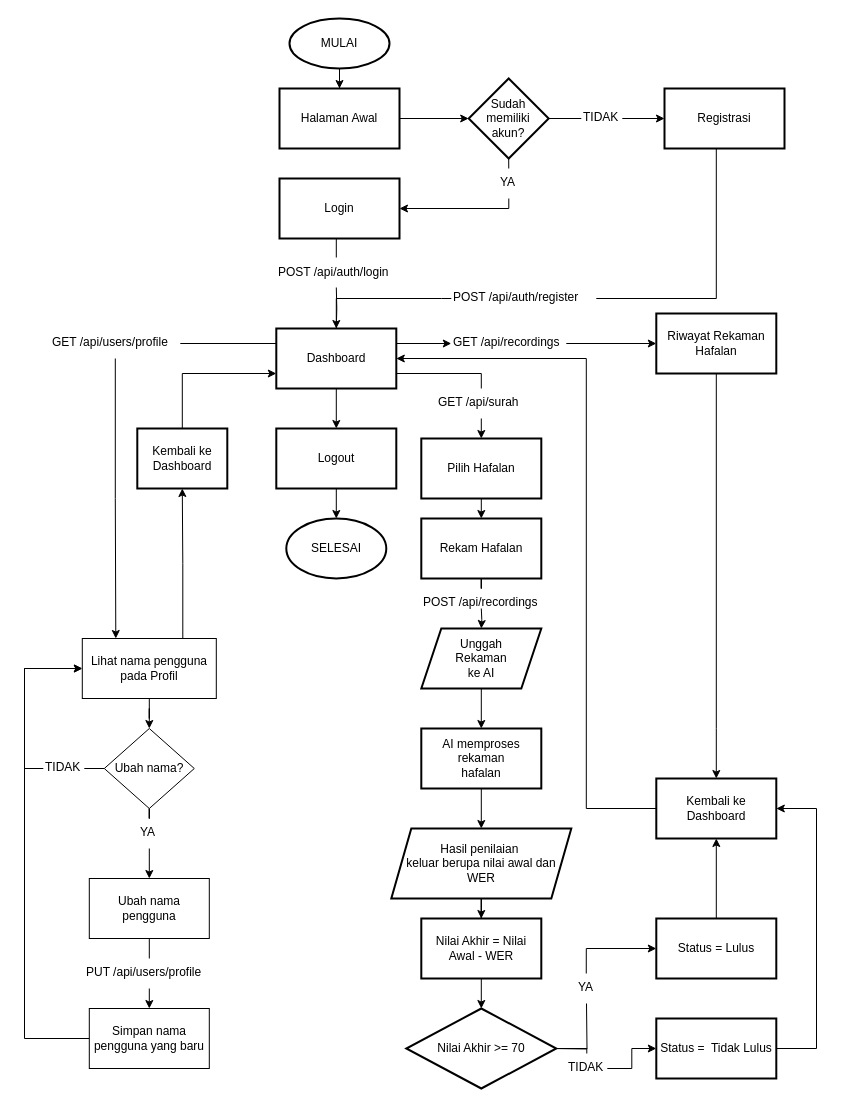
Above: diagrams/Flowchart.drawio in MarcMan710/smart-web-btq (draw.io), before the change. Source tidied: cells renumbered, new cells numbered last; positions are measured from the earlier drawing's top-left corner, leaving out a move shared by most shapes. Both pictures are drawn from the tidied source at 100%, with x=0, y=0 at pixel (24, 18).
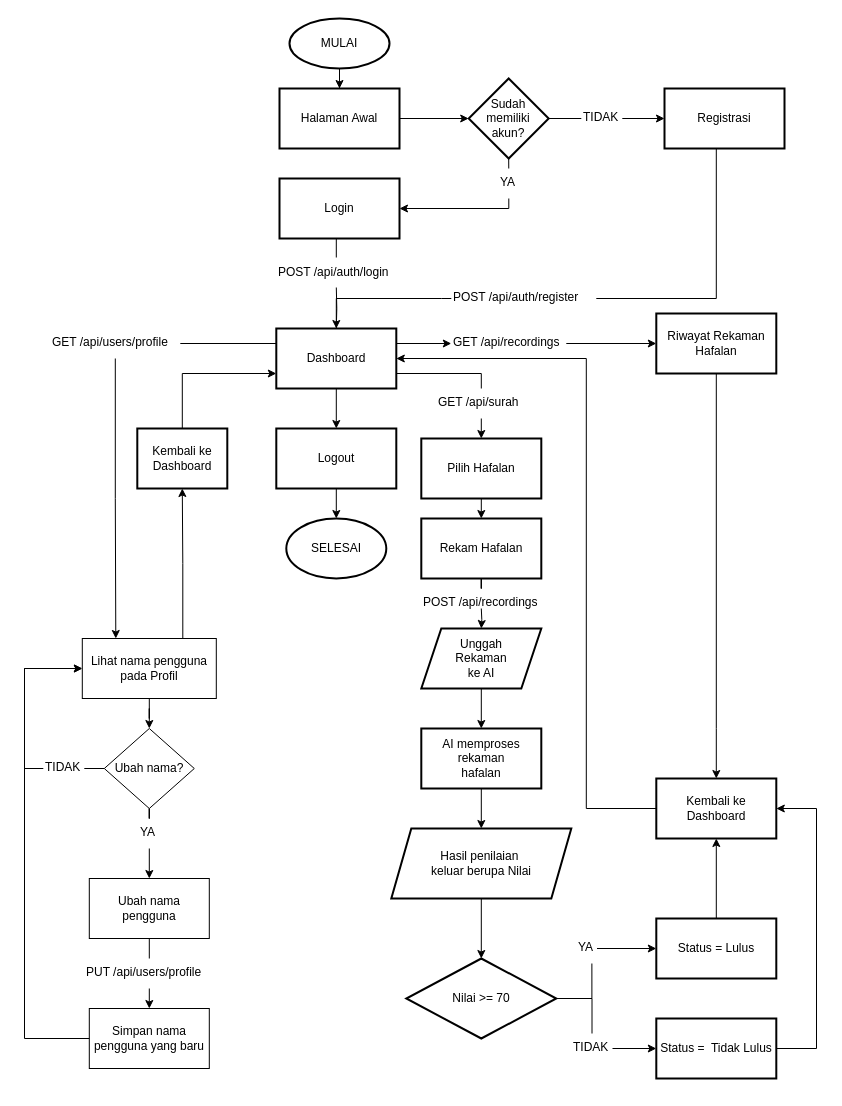
Above is the later version.

Unchanged cells that the change refers to:
```xml
<mxCell id="54" value="Status = Lulus" style="whiteSpace=wrap;html=1;strokeWidth=2;" parent="1" vertex="1">
  <mxGeometry x="631.8" y="900" width="120" height="60" as="geometry" />
</mxCell>
```

Diff of the diagram source:
```diff
@@
-    <mxCell id="27" style="edgeStyle=orthogonalEdgeStyle;rounded=0;jettySize=auto;html=1;" parent="1" edge="1" source="28" target="37">
+    <mxCell id="27" style="edgeStyle=orthogonalEdgeStyle;rounded=0;jettySize=auto;html=1;entryX=0.5;entryY=0;entryDx=0;entryDy=0;" parent="1" edge="1" source="28" target="50">
       <mxGeometry relative="1" as="geometry" />
     </mxCell>
-    <mxCell id="28" value="Hasil penilaian&amp;nbsp;&lt;div&gt;keluar berupa nilai awal dan WER&lt;/div&gt;" style="shape=parallelogram;perimeter=parallelogramPerimeter;whiteSpace=wrap;html=1;fixedSize=1;strokeWidth=2;" parent="1" vertex="1">
+    <mxCell id="28" value="Hasil penilaian&amp;nbsp;&lt;div&gt;keluar berupa Nilai&lt;/div&gt;" style="shape=parallelogram;perimeter=parallelogramPerimeter;whiteSpace=wrap;html=1;fixedSize=1;strokeWidth=2;" parent="1" vertex="1">
       <mxGeometry x="366.8" y="810" width="180" height="70" as="geometry" />
     </mxCell>
@@
-    <mxCell id="36" style="edgeStyle=orthogonalEdgeStyle;rounded=0;html=1;exitX=0.5;exitY=1;exitDx=0;exitDy=0;entryX=0.5;entryY=0;entryDx=0;entryDy=0;startArrow=none;startFill=0;endArrow=classic;endFill=1;" parent="1" edge="1" source="37" target="50">
-      <mxGeometry relative="1" as="geometry" />
-    </mxCell>
-    <mxCell id="37" value="Nilai Akhir = Nilai Awal - WER" style="whiteSpace=wrap;html=1;strokeWidth=2;" parent="1" vertex="1">
-      <mxGeometry x="396.8" y="900" width="120" height="60" as="geometry" />
-    </mxCell>
@@
+    <mxCell id="82" style="edgeStyle=orthogonalEdgeStyle;rounded=0;jettySize=auto;html=1;entryX=0.75;entryY=1;entryDx=0;entryDy=0;endArrow=none;endFill=0;" parent="1" edge="1" source="50" target="75">
+      <mxGeometry relative="1" as="geometry" />
+    </mxCell>
-    <mxCell id="48" style="edgeStyle=orthogonalEdgeStyle;rounded=0;html=1;exitX=1;exitY=0.5;exitDx=0;exitDy=0;entryX=0.5;entryY=0;entryDx=0;entryDy=0;startArrow=none;startFill=0;endArrow=none;endFill=0;" parent="1" edge="1" source="50" target="69">
-      <mxGeometry relative="1" as="geometry">
-        <Array as="points">
-          <mxPoint x="562.8" y="1030" />
-        </Array>
-      </mxGeometry>
+    <mxCell id="48" style="edgeStyle=orthogonalEdgeStyle;rounded=0;jettySize=auto;html=1;entryX=0.5;entryY=0;entryDx=0;entryDy=0;endArrow=none;endFill=0;" parent="1" edge="1" source="50" target="69">
+      <mxGeometry relative="1" as="geometry" />
     </mxCell>
-    <mxCell id="49" style="edgeStyle=orthogonalEdgeStyle;rounded=0;html=1;entryX=0.5;entryY=1;entryDx=0;entryDy=0;startArrow=none;startFill=0;endArrow=none;endFill=0;" parent="1" edge="1">
-      <mxGeometry relative="1" as="geometry">
-        <mxPoint x="526.8" y="1030" as="sourcePoint" />
-        <mxPoint x="562" y="985" as="targetPoint" />
-      </mxGeometry>
-    </mxCell>
-    <mxCell id="50" value="Nilai Akhir &amp;gt;= 70" style="rhombus;whiteSpace=wrap;html=1;strokeWidth=2;" parent="1" vertex="1">
-      <mxGeometry x="381.8" y="990" width="150" height="80" as="geometry" />
+    <mxCell id="50" value="Nilai &amp;gt;= 70" style="rhombus;whiteSpace=wrap;html=1;strokeWidth=2;" parent="1" vertex="1">
+      <mxGeometry x="381.8" y="940" width="150" height="80" as="geometry" />
     </mxCell>
@@
     <mxCell id="69" value="TIDAK" style="text;whiteSpace=wrap;html=1;" parent="1" vertex="1">
-      <mxGeometry x="541.8" y="1035" width="41" height="30" as="geometry" />
+      <mxGeometry x="547" y="1015" width="41" height="30" as="geometry" />
     </mxCell>
@@
-    <mxCell id="74" style="edgeStyle=orthogonalEdgeStyle;rounded=0;html=1;entryX=0;entryY=0.5;entryDx=0;entryDy=0;startArrow=none;startFill=0;endArrow=classic;endFill=1;exitX=0.5;exitY=0;exitDx=0;exitDy=0;" parent="1" edge="1" source="75" target="54">
+    <mxCell id="74" style="edgeStyle=orthogonalEdgeStyle;rounded=0;jettySize=auto;html=1;entryX=0;entryY=0.5;entryDx=0;entryDy=0;" parent="1" edge="1" source="75" target="54">
       <mxGeometry relative="1" as="geometry" />
     </mxCell>
     <mxCell id="75" value="YA" style="text;whiteSpace=wrap;html=1;" parent="1" vertex="1">
-      <mxGeometry x="551.5" y="955" width="20.5" height="30" as="geometry" />
+      <mxGeometry x="552" y="915" width="20.5" height="30" as="geometry" />
     </mxCell>
```
